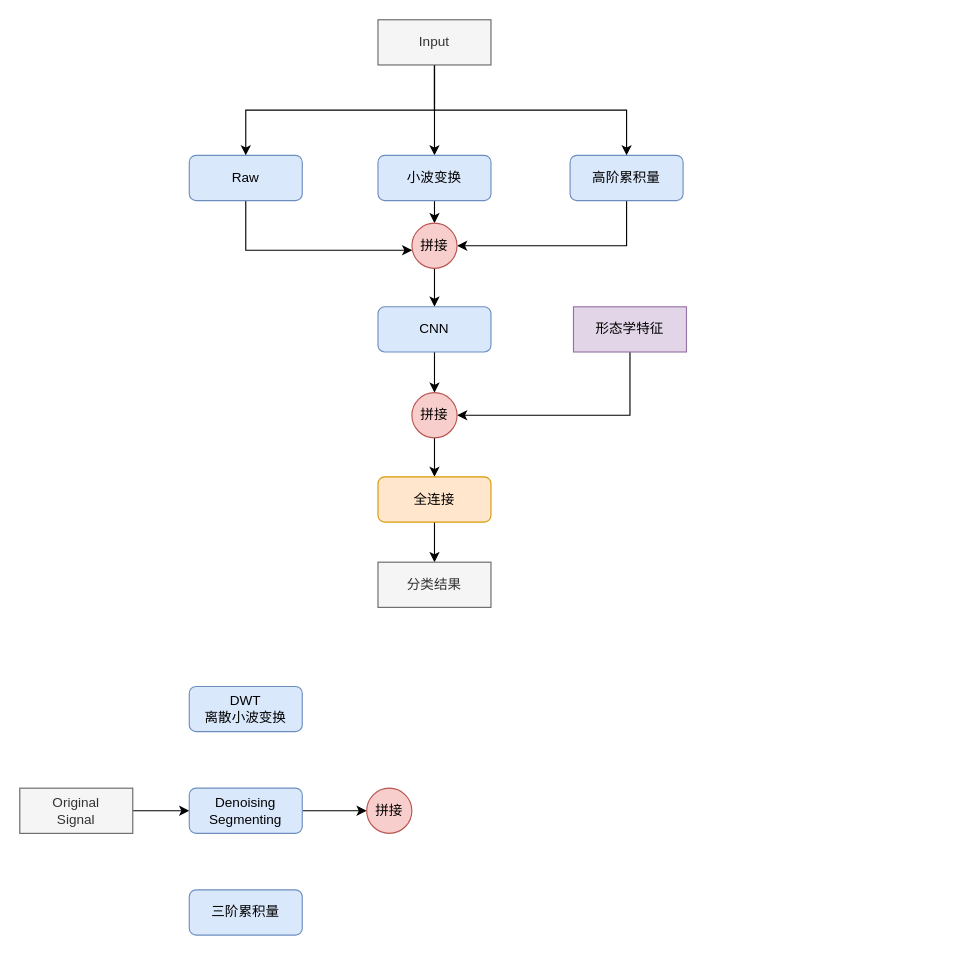
Above: page "横向架构图" (2 of 3) of multi-channel-model.drawio in WensonLuo/Drowio (draw.io), before the change. Source tidied: cells renumbered, new cells numbered last; positions are measured from the earlier drawing's top-left corner, leaving out a move shared by most shapes. Both pictures are drawn from the tidied source at 113%, with x=0, y=0 at pixel (19, 19).
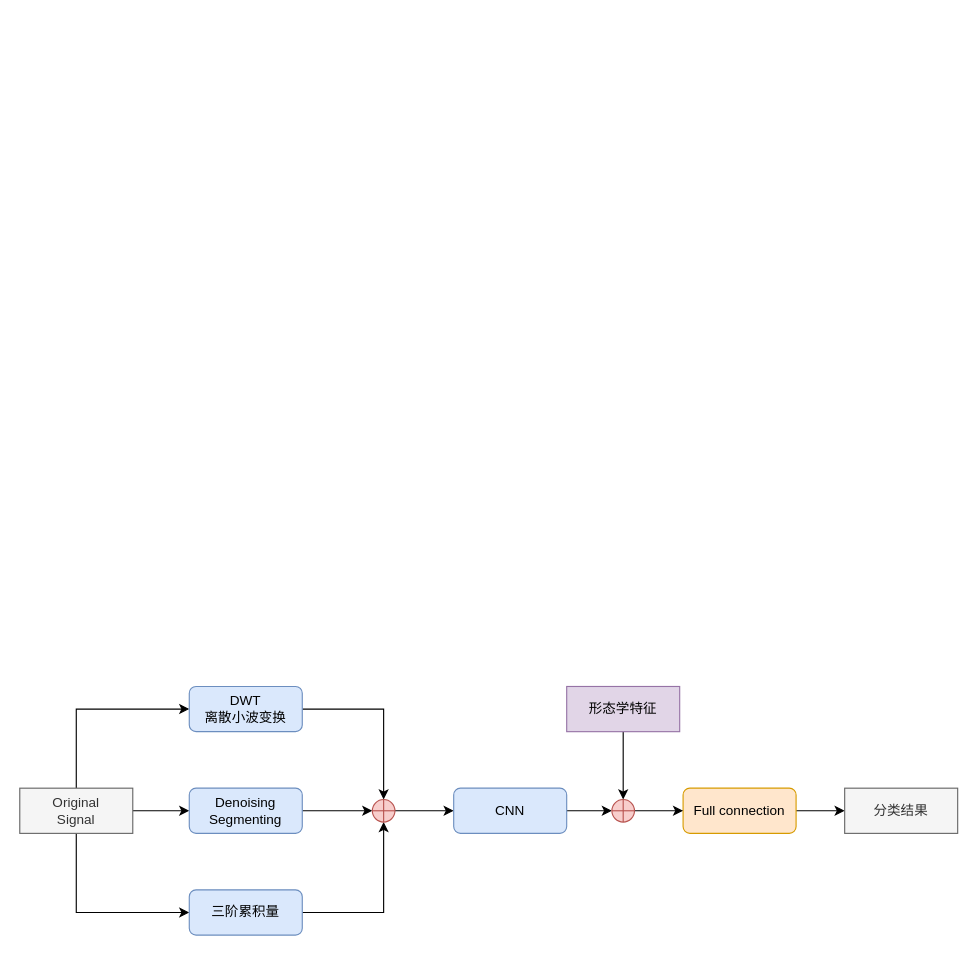
The same page after the edit.

The change refers to these unchanged cells:
```xml
<mxCell id="24" value="Original&lt;br&gt;Signal" style="rounded=0;whiteSpace=wrap;html=1;fillColor=#f5f5f5;strokeColor=#666666;fontColor=#333333;" parent="1" vertex="1">
  <mxGeometry y="680" width="100" height="40" as="geometry" />
</mxCell>
<mxCell id="26" value="Denoising&lt;br&gt;Segmenting" style="rounded=1;whiteSpace=wrap;html=1;fillColor=#dae8fc;strokeColor=#6c8ebf;" parent="1" vertex="1">
  <mxGeometry x="150" y="680" width="100" height="40" as="geometry" />
</mxCell>
<mxCell id="28" value="DWT&lt;br&gt;离散小波变换" style="rounded=1;whiteSpace=wrap;html=1;fillColor=#dae8fc;strokeColor=#6c8ebf;" parent="1" vertex="1">
  <mxGeometry x="150" y="590" width="100" height="40" as="geometry" />
</mxCell>
<mxCell id="29" value="三阶累积量" style="rounded=1;whiteSpace=wrap;html=1;fillColor=#dae8fc;strokeColor=#6c8ebf;" parent="1" vertex="1">
  <mxGeometry x="150" y="770" width="100" height="40" as="geometry" />
</mxCell>
```

What changed in the source:
```diff
@@
-    <mxCell id="2" style="edgeStyle=orthogonalEdgeStyle;rounded=0;jettySize=auto;html=1;exitX=0.5;exitY=1;exitDx=0;exitDy=0;entryX=0.008;entryY=0.6;entryDx=0;entryDy=0;entryPerimeter=0;" parent="1" edge="1" source="3" target="13">
-      <mxGeometry relative="1" as="geometry" />
-    </mxCell>
-    <mxCell id="3" value="Raw" style="rounded=1;whiteSpace=wrap;html=1;fillColor=#dae8fc;strokeColor=#6c8ebf;" parent="1" vertex="1">
-      <mxGeometry x="150" y="120" width="100" height="40" as="geometry" />
-    </mxCell>
-    <mxCell id="4" style="edgeStyle=orthogonalEdgeStyle;rounded=0;jettySize=auto;html=1;exitX=0.5;exitY=1;exitDx=0;exitDy=0;entryX=1;entryY=0.5;entryDx=0;entryDy=0;" parent="1" edge="1" source="5" target="13">
-      <mxGeometry relative="1" as="geometry" />
-    </mxCell>
-    <mxCell id="5" value="高阶累积量" style="rounded=1;whiteSpace=wrap;html=1;fillColor=#dae8fc;strokeColor=#6c8ebf;" parent="1" vertex="1">
-      <mxGeometry x="487" y="120" width="100" height="40" as="geometry" />
-    </mxCell>
-    <mxCell id="6" style="edgeStyle=orthogonalEdgeStyle;rounded=0;jettySize=auto;html=1;exitX=0.5;exitY=1;exitDx=0;exitDy=0;entryX=0.5;entryY=0;entryDx=0;entryDy=0;" parent="1" edge="1" source="9" target="3">
-      <mxGeometry relative="1" as="geometry" />
-    </mxCell>
-    <mxCell id="7" style="edgeStyle=orthogonalEdgeStyle;rounded=0;jettySize=auto;html=1;exitX=0.5;exitY=1;exitDx=0;exitDy=0;entryX=0.5;entryY=0;entryDx=0;entryDy=0;" parent="1" edge="1" source="9" target="11">
-      <mxGeometry relative="1" as="geometry" />
-    </mxCell>
-    <mxCell id="8" style="edgeStyle=orthogonalEdgeStyle;rounded=0;jettySize=auto;html=1;exitX=0.5;exitY=1;exitDx=0;exitDy=0;" parent="1" edge="1" source="9" target="5">
-      <mxGeometry relative="1" as="geometry" />
-    </mxCell>
-    <mxCell id="9" value="Input" style="rounded=0;whiteSpace=wrap;html=1;fillColor=#f5f5f5;strokeColor=#666666;fontColor=#333333;" parent="1" vertex="1">
-      <mxGeometry x="317" width="100" height="40" as="geometry" />
-    </mxCell>
-    <mxCell id="10" style="edgeStyle=orthogonalEdgeStyle;rounded=0;jettySize=auto;html=1;exitX=0.5;exitY=1;exitDx=0;exitDy=0;entryX=0.5;entryY=0;entryDx=0;entryDy=0;" parent="1" edge="1" source="11" target="13">
-      <mxGeometry relative="1" as="geometry" />
-    </mxCell>
-    <mxCell id="11" value="小波变换" style="rounded=1;whiteSpace=wrap;html=1;fillColor=#dae8fc;strokeColor=#6c8ebf;" parent="1" vertex="1">
-      <mxGeometry x="317" y="120" width="100" height="40" as="geometry" />
-    </mxCell>
-    <mxCell id="12" style="edgeStyle=orthogonalEdgeStyle;rounded=0;jettySize=auto;html=1;exitX=0.5;exitY=1;exitDx=0;exitDy=0;entryX=0.5;entryY=0;entryDx=0;entryDy=0;" parent="1" edge="1" source="13" target="16">
-      <mxGeometry relative="1" as="geometry" />
-    </mxCell>
-    <mxCell id="13" value="拼接" style="ellipse;whiteSpace=wrap;html=1;fillColor=#f8cecc;strokeColor=#b85450;" parent="1" vertex="1">
-      <mxGeometry x="347" y="180" width="40" height="40" as="geometry" />
-    </mxCell>
-    <mxCell id="14" style="edgeStyle=orthogonalEdgeStyle;rounded=0;jettySize=auto;html=1;exitX=0.5;exitY=1;exitDx=0;exitDy=0;entryX=0.5;entryY=0;entryDx=0;entryDy=0;startArrow=none;" parent="1" edge="1" source="22" target="18">
-      <mxGeometry relative="1" as="geometry" />
-    </mxCell>
-    <mxCell id="15" style="edgeStyle=orthogonalEdgeStyle;rounded=0;jettySize=auto;html=1;exitX=0.5;exitY=1;exitDx=0;exitDy=0;entryX=0.5;entryY=0;entryDx=0;entryDy=0;" parent="1" edge="1" source="16" target="22">
-      <mxGeometry relative="1" as="geometry" />
-    </mxCell>
-    <mxCell id="16" value="CNN" style="rounded=1;whiteSpace=wrap;html=1;fillColor=#dae8fc;strokeColor=#6c8ebf;" parent="1" vertex="1">
-      <mxGeometry x="317" y="254" width="100" height="40" as="geometry" />
-    </mxCell>
-    <mxCell id="17" style="edgeStyle=orthogonalEdgeStyle;rounded=0;jettySize=auto;html=1;exitX=0.5;exitY=1;exitDx=0;exitDy=0;entryX=0.5;entryY=0;entryDx=0;entryDy=0;" parent="1" edge="1" source="18" target="21">
-      <mxGeometry relative="1" as="geometry" />
-    </mxCell>
-    <mxCell id="18" value="全连接" style="rounded=1;whiteSpace=wrap;html=1;fillColor=#ffe6cc;strokeColor=#d79b00;" parent="1" vertex="1">
-      <mxGeometry x="317" y="404.5" width="100" height="40" as="geometry" />
-    </mxCell>
-    <mxCell id="19" style="edgeStyle=orthogonalEdgeStyle;rounded=0;jettySize=auto;html=1;exitX=0.5;exitY=1;exitDx=0;exitDy=0;entryX=1;entryY=0.5;entryDx=0;entryDy=0;" parent="1" edge="1" source="20" target="22">
-      <mxGeometry relative="1" as="geometry" />
-    </mxCell>
-    <mxCell id="20" value="形态学特征" style="rounded=0;whiteSpace=wrap;html=1;fillColor=#e1d5e7;strokeColor=#9673a6;" parent="1" vertex="1">
-      <mxGeometry x="490" y="254" width="100" height="40" as="geometry" />
-    </mxCell>
-    <mxCell id="21" value="分类结果" style="rounded=0;whiteSpace=wrap;html=1;fillColor=#f5f5f5;strokeColor=#666666;fontColor=#333333;" parent="1" vertex="1">
-      <mxGeometry x="317" y="480" width="100" height="40" as="geometry" />
-    </mxCell>
-    <mxCell id="22" value="拼接" style="ellipse;whiteSpace=wrap;html=1;fillColor=#f8cecc;strokeColor=#b85450;" parent="1" vertex="1">
-      <mxGeometry x="347" y="330" width="40" height="40" as="geometry" />
-    </mxCell>
@@
+    <mxCell id="30" style="edgeStyle=orthogonalEdgeStyle;rounded=0;jettySize=auto;html=1;exitX=0.5;exitY=0;exitDx=0;exitDy=0;entryX=0;entryY=0.5;entryDx=0;entryDy=0;" parent="1" edge="1" source="24" target="28">
+      <mxGeometry relative="1" as="geometry" />
+    </mxCell>
+    <mxCell id="31" style="edgeStyle=orthogonalEdgeStyle;rounded=0;jettySize=auto;html=1;exitX=0.5;exitY=1;exitDx=0;exitDy=0;entryX=0;entryY=0.5;entryDx=0;entryDy=0;" parent="1" edge="1" source="24" target="29">
+      <mxGeometry relative="1" as="geometry" />
+    </mxCell>
@@
-    <mxCell id="25" style="edgeStyle=orthogonalEdgeStyle;rounded=0;jettySize=auto;html=1;exitX=1;exitY=0.5;exitDx=0;exitDy=0;entryX=0;entryY=0.5;entryDx=0;entryDy=0;" parent="1" edge="1" source="26" target="27">
+    <mxCell id="25" style="edgeStyle=orthogonalEdgeStyle;rounded=0;jettySize=auto;html=1;exitX=1;exitY=0.5;exitDx=0;exitDy=0;entryX=0;entryY=0.5;entryDx=0;entryDy=0;entryPerimeter=0;" parent="1" edge="1" source="26" target="40">
       <mxGeometry relative="1" as="geometry" />
     </mxCell>
@@
-    <mxCell id="27" value="拼接" style="ellipse;whiteSpace=wrap;html=1;fillColor=#f8cecc;strokeColor=#b85450;" parent="1" vertex="1">
-      <mxGeometry x="307" y="680" width="40" height="40" as="geometry" />
-    </mxCell>
+    <mxCell id="32" style="edgeStyle=orthogonalEdgeStyle;rounded=0;jettySize=auto;html=1;entryX=0;entryY=0.5;entryDx=0;entryDy=0;exitX=1;exitY=0.5;exitDx=0;exitDy=0;exitPerimeter=0;" parent="1" edge="1" source="40" target="16">
+      <mxGeometry relative="1" as="geometry" />
+    </mxCell>
+    <mxCell id="33" style="edgeStyle=orthogonalEdgeStyle;rounded=0;jettySize=auto;html=1;exitX=1;exitY=0.5;exitDx=0;exitDy=0;entryX=0.5;entryY=0;entryDx=0;entryDy=0;entryPerimeter=0;" parent="1" edge="1" source="28" target="40">
+      <mxGeometry relative="1" as="geometry" />
+    </mxCell>
@@
+    <mxCell id="34" style="edgeStyle=orthogonalEdgeStyle;rounded=0;jettySize=auto;html=1;exitX=1;exitY=0.5;exitDx=0;exitDy=0;entryX=0.5;entryY=1;entryDx=0;entryDy=0;entryPerimeter=0;" parent="1" edge="1" source="29" target="40">
+      <mxGeometry relative="1" as="geometry" />
+    </mxCell>
@@
+    <mxCell id="35" style="edgeStyle=orthogonalEdgeStyle;rounded=0;jettySize=auto;html=1;exitX=1;exitY=0.5;exitDx=0;exitDy=0;entryX=0;entryY=0.5;entryDx=0;entryDy=0;entryPerimeter=0;" parent="1" edge="1" source="16" target="41">
+      <mxGeometry relative="1" as="geometry" />
+    </mxCell>
+    <mxCell id="16" value="CNN" style="rounded=1;whiteSpace=wrap;html=1;fillColor=#dae8fc;strokeColor=#6c8ebf;" parent="1" vertex="1">
+      <mxGeometry x="384" y="680" width="100" height="40" as="geometry" />
+    </mxCell>
+    <mxCell id="36" style="edgeStyle=orthogonalEdgeStyle;rounded=0;jettySize=auto;html=1;exitX=1;exitY=0.5;exitDx=0;exitDy=0;" parent="1" edge="1" source="37" target="21">
+      <mxGeometry relative="1" as="geometry" />
+    </mxCell>
+    <mxCell id="37" value="Full connection" style="rounded=1;whiteSpace=wrap;html=1;fillColor=#ffe6cc;strokeColor=#d79b00;" parent="1" vertex="1">
+      <mxGeometry x="587" y="680" width="100" height="40" as="geometry" />
+    </mxCell>
+    <mxCell id="38" style="edgeStyle=orthogonalEdgeStyle;rounded=0;jettySize=auto;html=1;exitX=0.5;exitY=1;exitDx=0;exitDy=0;entryX=0.5;entryY=0;entryDx=0;entryDy=0;entryPerimeter=0;" parent="1" edge="1" source="20" target="41">
+      <mxGeometry relative="1" as="geometry" />
+    </mxCell>
+    <mxCell id="20" value="形态学特征" style="rounded=0;whiteSpace=wrap;html=1;fillColor=#e1d5e7;strokeColor=#9673a6;" parent="1" vertex="1">
+      <mxGeometry x="484" y="590" width="100" height="40" as="geometry" />
+    </mxCell>
+    <mxCell id="39" style="edgeStyle=orthogonalEdgeStyle;rounded=0;jettySize=auto;html=1;exitX=1;exitY=0.5;exitDx=0;exitDy=0;entryX=0;entryY=0.5;entryDx=0;entryDy=0;exitPerimeter=0;" parent="1" edge="1" source="41" target="37">
+      <mxGeometry relative="1" as="geometry" />
+    </mxCell>
+    <mxCell id="21" value="分类结果" style="rounded=0;whiteSpace=wrap;html=1;fillColor=#f5f5f5;strokeColor=#666666;fontColor=#333333;" parent="1" vertex="1">
+      <mxGeometry x="730" y="680" width="100" height="40" as="geometry" />
+    </mxCell>
+    <mxCell id="40" style="verticalLabelPosition=bottom;verticalAlign=top;html=1;shape=mxgraph.flowchart.summing_function;fillColor=#f8cecc;strokeColor=#b85450;" parent="1" vertex="1">
+      <mxGeometry x="312" y="690" width="20" height="20" as="geometry" />
+    </mxCell>
+    <mxCell id="41" style="verticalLabelPosition=bottom;verticalAlign=top;html=1;shape=mxgraph.flowchart.summing_function;fillColor=#f8cecc;strokeColor=#b85450;" parent="1" vertex="1">
+      <mxGeometry x="524" y="690" width="20" height="20" as="geometry" />
+    </mxCell>
```
